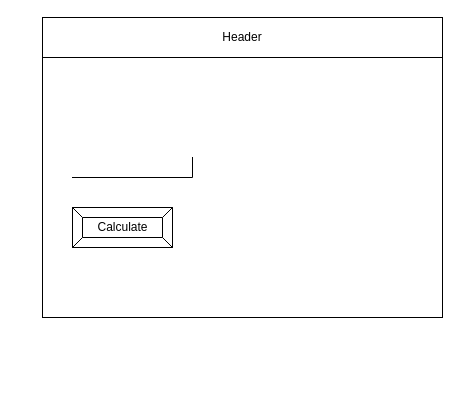
Above: design/story-board.drawio in Timothy-Manwell/ICS2O-Unit3-01 (draw.io), before the change. Source tidied: cells renumbered, new cells numbered last; positions are measured from the earlier drawing's top-left corner, leaving out a move shared by most shapes. Both pictures are drawn from the tidied source at 100%, with x=0, y=0 at pixel (42, 17).
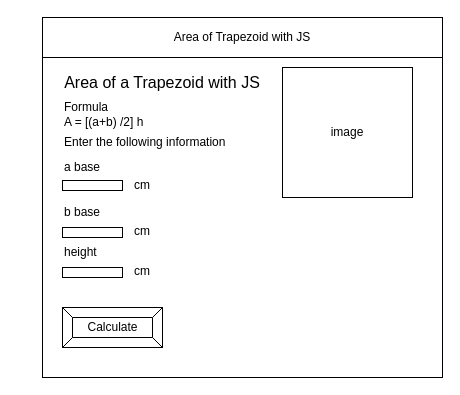
After the change.

What changed in the source:
```diff
@@
 <mxGraphModel>
   <root>
     <mxCell id="0" />
     <mxCell id="1" parent="0" />
     <mxCell id="2" style="rounded=0;whiteSpace=wrap;html=1;" parent="1" vertex="1">
-      <mxGeometry width="400" height="300" as="geometry" />
+      <mxGeometry width="400" height="360" as="geometry" />
     </mxCell>
-    <mxCell id="3" value="Header" style="rounded=0;whiteSpace=wrap;html=1;" parent="1" vertex="1">
+    <mxCell id="3" value="Area of Trapezoid with JS" style="rounded=0;whiteSpace=wrap;html=1;" parent="1" vertex="1">
       <mxGeometry width="400" height="40" as="geometry" />
     </mxCell>
-    <mxCell id="4" style="shape=partialRectangle;whiteSpace=wrap;html=1;top=0;left=0;fillColor=none;" parent="1" vertex="1">
-      <mxGeometry x="30" y="140" width="120" height="20" as="geometry" />
-    </mxCell>
     <mxCell id="5" value="Calculate" style="labelPosition=center;verticalLabelPosition=middle;align=center;html=1;shape=mxgraph.basic.button;dx=10;" parent="1" vertex="1">
-      <mxGeometry x="30" y="190" width="100" height="40" as="geometry" />
+      <mxGeometry x="20" y="290" width="100" height="40" as="geometry" />
     </mxCell>
+    <mxCell id="6" value="&lt;span style=&quot;font-size: 16px&quot;&gt;Area of a Trapezoid with JS&lt;/span&gt;" style="text;html=1;strokeColor=none;fillColor=none;align=center;verticalAlign=middle;whiteSpace=wrap;rounded=0;" parent="1" vertex="1">
+      <mxGeometry x="-25" y="50" width="290" height="30" as="geometry" />
+    </mxCell>
+    <mxCell id="7" value="&lt;span style=&quot;font-size: 12px&quot;&gt;Formula&amp;nbsp;&lt;br&gt;&lt;div style=&quot;&quot;&gt;&lt;span&gt;A = [(a+b) /2] h&lt;/span&gt;&lt;/div&gt;&lt;/span&gt;" style="text;html=1;strokeColor=none;fillColor=none;align=left;verticalAlign=middle;whiteSpace=wrap;rounded=0;fontSize=16;" parent="1" vertex="1">
+      <mxGeometry x="20" y="80" width="120" height="30" as="geometry" />
+    </mxCell>
+    <mxCell id="8" value="Enter the following information&amp;nbsp;" style="text;html=1;strokeColor=none;fillColor=none;align=left;verticalAlign=middle;whiteSpace=wrap;rounded=0;fontSize=12;" parent="1" vertex="1">
+      <mxGeometry x="20" y="110" width="200" height="30" as="geometry" />
+    </mxCell>
+    <mxCell id="9" value="a base" style="text;html=1;strokeColor=none;fillColor=none;align=left;verticalAlign=middle;whiteSpace=wrap;rounded=0;fontSize=12;" parent="1" vertex="1">
+      <mxGeometry x="20" y="135" width="60" height="30" as="geometry" />
+    </mxCell>
+    <mxCell id="10" value="b base" style="text;html=1;strokeColor=none;fillColor=none;align=left;verticalAlign=middle;whiteSpace=wrap;rounded=0;fontSize=12;" parent="1" vertex="1">
+      <mxGeometry x="20" y="180" width="60" height="30" as="geometry" />
+    </mxCell>
+    <mxCell id="11" value="height" style="text;html=1;strokeColor=none;fillColor=none;align=left;verticalAlign=middle;whiteSpace=wrap;rounded=0;fontSize=12;" parent="1" vertex="1">
+      <mxGeometry x="20" y="220" width="60" height="30" as="geometry" />
+    </mxCell>
+    <mxCell id="12" style="rounded=0;whiteSpace=wrap;html=1;fontSize=12;" parent="1" vertex="1">
+      <mxGeometry x="20" y="163" width="60" height="10" as="geometry" />
+    </mxCell>
+    <mxCell id="13" value="cm" style="text;html=1;strokeColor=none;fillColor=none;align=center;verticalAlign=middle;whiteSpace=wrap;rounded=0;fontSize=12;" parent="1" vertex="1">
+      <mxGeometry x="80" y="161.5" width="40" height="13" as="geometry" />
+    </mxCell>
+    <mxCell id="14" style="rounded=0;whiteSpace=wrap;html=1;fontSize=12;" parent="1" vertex="1">
+      <mxGeometry x="20" y="210" width="60" height="10" as="geometry" />
+    </mxCell>
+    <mxCell id="15" value="cm" style="text;html=1;strokeColor=none;fillColor=none;align=center;verticalAlign=middle;whiteSpace=wrap;rounded=0;fontSize=12;" parent="1" vertex="1">
+      <mxGeometry x="80" y="207" width="40" height="13" as="geometry" />
+    </mxCell>
+    <mxCell id="16" style="rounded=0;whiteSpace=wrap;html=1;fontSize=12;" parent="1" vertex="1">
+      <mxGeometry x="20" y="250" width="60" height="10" as="geometry" />
+    </mxCell>
+    <mxCell id="17" value="cm" style="text;html=1;strokeColor=none;fillColor=none;align=center;verticalAlign=middle;whiteSpace=wrap;rounded=0;fontSize=12;" parent="1" vertex="1">
+      <mxGeometry x="80" y="247" width="40" height="13" as="geometry" />
+    </mxCell>
+    <mxCell id="18" style="whiteSpace=wrap;html=1;fontSize=12;" parent="1" vertex="1">
+      <mxGeometry x="240" y="50" width="130" height="130" as="geometry" />
+    </mxCell>
+    <mxCell id="19" value="image" style="text;html=1;strokeColor=none;fillColor=none;align=center;verticalAlign=middle;whiteSpace=wrap;rounded=0;fontSize=12;" parent="1" vertex="1">
+      <mxGeometry x="275" y="100" width="60" height="30" as="geometry" />
+    </mxCell>
   </root>
 </mxGraphModel>
```
